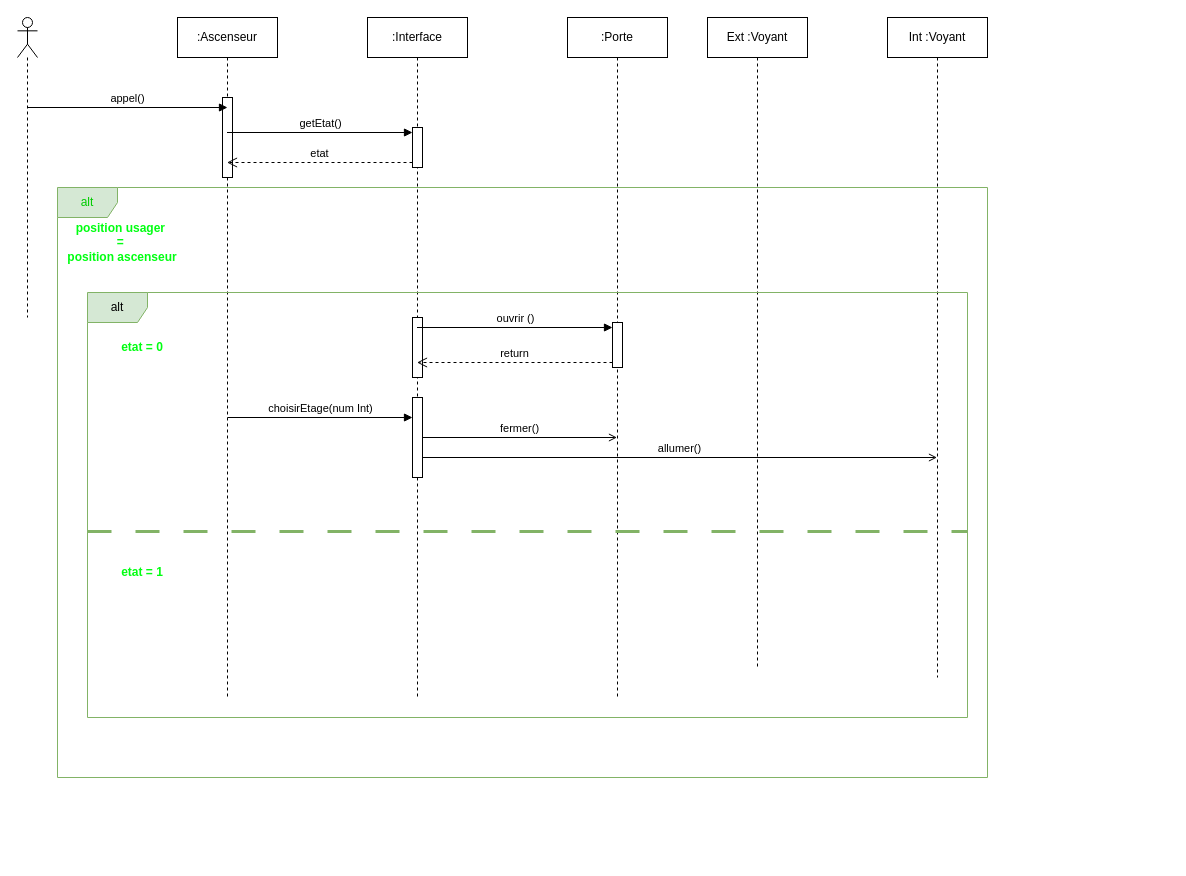
Above: TP4/TP_4_UML_Exercice_1.drawio in Mzk-Ali/EXO_M2I_UML (draw.io), before the change. Source tidied: cells renumbered, new cells numbered last; positions are measured from the earlier drawing's top-left corner, leaving out a move shared by most shapes. Both pictures are drawn from the tidied source at 100%, with x=0, y=0 at pixel (17, 17).
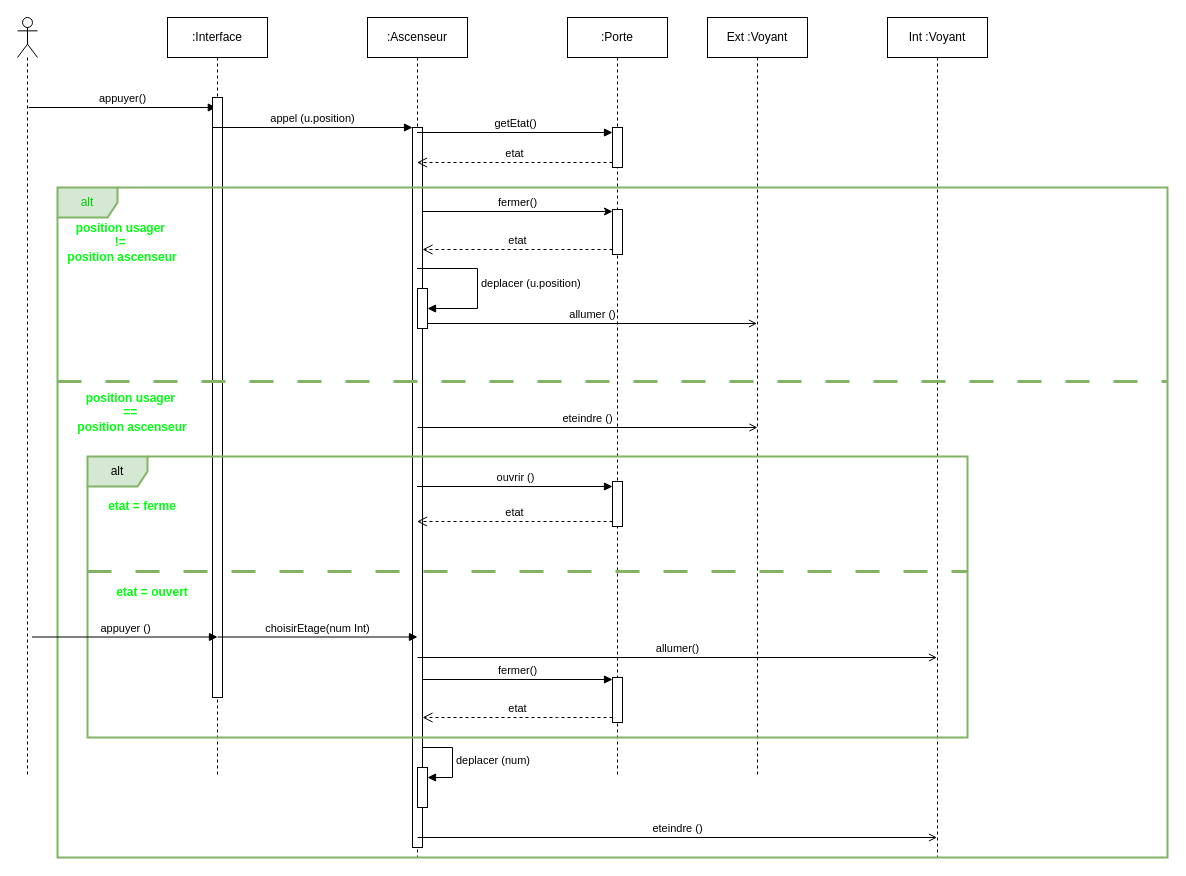
The same diagram, later.

Commit message:
Mettre à jour TP_4_UML_Exercice_1.drawio

Change to the diagram source:
```diff
@@
     <mxCell id="2" value=":Ascenseur" style="shape=umlLifeline;perimeter=lifelinePerimeter;whiteSpace=wrap;html=1;outlineConnect=0;portConstraint=eastwest;newEdgeStyle={&quot;curved&quot;:0,&quot;rounded&quot;:0};" parent="1" vertex="1">
-      <mxGeometry x="160" width="100" height="680" as="geometry" />
+      <mxGeometry x="350" width="100" height="840" as="geometry" />
     </mxCell>
-    <mxCell id="3" style="html=1;points=[[0,0,0,0,5],[0,1,0,0,-5],[1,0,0,0,5],[1,1,0,0,-5]];perimeter=orthogonalPerimeter;outlineConnect=0;targetShapes=umlLifeline;portConstraint=eastwest;newEdgeStyle={&quot;curved&quot;:0,&quot;rounded&quot;:0};" parent="2" vertex="1">
-      <mxGeometry x="45" y="80" width="10" height="80" as="geometry" />
-    </mxCell>
+    <mxCell id="27" style="html=1;points=[[0,0,0,0,5],[0,1,0,0,-5],[1,0,0,0,5],[1,1,0,0,-5]];perimeter=orthogonalPerimeter;outlineConnect=0;targetShapes=umlLifeline;portConstraint=eastwest;newEdgeStyle={&quot;curved&quot;:0,&quot;rounded&quot;:0};" parent="2" vertex="1">
+      <mxGeometry x="45" y="110" width="10" height="720" as="geometry" />
+    </mxCell>
     <mxCell id="4" value=":Porte" style="shape=umlLifeline;perimeter=lifelinePerimeter;whiteSpace=wrap;html=1;outlineConnect=0;portConstraint=eastwest;newEdgeStyle={&quot;curved&quot;:0,&quot;rounded&quot;:0};" parent="1" vertex="1">
-      <mxGeometry x="550" width="100" height="680" as="geometry" />
+      <mxGeometry x="550" width="100" height="760" as="geometry" />
     </mxCell>
+    <mxCell id="12" style="html=1;points=[[0,0,0,0,5],[0,1,0,0,-5],[1,0,0,0,5],[1,1,0,0,-5]];perimeter=orthogonalPerimeter;outlineConnect=0;targetShapes=umlLifeline;portConstraint=eastwest;newEdgeStyle={&quot;curved&quot;:0,&quot;rounded&quot;:0};" parent="4" vertex="1">
+      <mxGeometry x="45" y="110" width="10" height="40" as="geometry" />
+    </mxCell>
+    <mxCell id="28" value="fermer()" style="html=1;verticalAlign=bottom;endArrow=classic;curved=0;rounded=0;endFill=1;" parent="4" edge="1" target="29">
+      <mxGeometry relative="1" as="geometry">
+        <mxPoint x="-145" y="194" as="sourcePoint" />
+      </mxGeometry>
+    </mxCell>
+    <mxCell id="29" style="html=1;points=[[0,0,0,0,5],[0,1,0,0,-5],[1,0,0,0,5],[1,1,0,0,-5]];perimeter=orthogonalPerimeter;outlineConnect=0;targetShapes=umlLifeline;portConstraint=eastwest;newEdgeStyle={&quot;curved&quot;:0,&quot;rounded&quot;:0};" parent="4" vertex="1">
+      <mxGeometry x="45" y="192" width="10" height="45" as="geometry" />
+    </mxCell>
+    <mxCell id="30" value="etat" style="html=1;verticalAlign=bottom;endArrow=open;dashed=1;endSize=8;curved=0;rounded=0;" parent="4" edge="1" source="29">
+      <mxGeometry relative="1" as="geometry">
+        <mxPoint x="-145" y="232" as="targetPoint" />
+        <Array as="points">
+          <mxPoint x="-10" y="232" />
+        </Array>
+      </mxGeometry>
+    </mxCell>
     <mxCell id="5" value="Ext :Voyant" style="shape=umlLifeline;perimeter=lifelinePerimeter;whiteSpace=wrap;html=1;newEdgeStyle={&quot;curved&quot;:0,&quot;rounded&quot;:0};" parent="1" vertex="1">
-      <mxGeometry x="690" width="100" height="650" as="geometry" />
+      <mxGeometry x="690" width="100" height="760" as="geometry" />
     </mxCell>
     <mxCell id="6" value="Int :Voyant" style="shape=umlLifeline;perimeter=lifelinePerimeter;whiteSpace=wrap;html=1;outlineConnect=0;portConstraint=eastwest;newEdgeStyle={&quot;curved&quot;:0,&quot;rounded&quot;:0};" parent="1" vertex="1">
-      <mxGeometry x="870" width="100" height="660" as="geometry" />
+      <mxGeometry x="870" width="100" height="840" as="geometry" />
     </mxCell>
     <mxCell id="7" style="shape=umlLifeline;perimeter=lifelinePerimeter;whiteSpace=wrap;html=1;outlineConnect=0;portConstraint=eastwest;newEdgeStyle={&quot;curved&quot;:0,&quot;rounded&quot;:0};participant=umlActor;" parent="1" vertex="1">
-      <mxGeometry width="20" height="300" as="geometry" />
+      <mxGeometry width="20" height="760" as="geometry" />
     </mxCell>
-    <mxCell id="8" value="appel()" style="html=1;verticalAlign=bottom;endArrow=block;curved=0;rounded=0;entryX=0.5;entryY=0.125;entryDx=0;entryDy=0;entryPerimeter=0;" parent="1" edge="1" source="7" target="3">
-      <mxGeometry relative="1" as="geometry" />
+    <mxCell id="8" value="appuyer()" style="html=1;verticalAlign=bottom;endArrow=block;curved=0;rounded=0;entryX=0.47;entryY=0.206;entryDx=0;entryDy=0;entryPerimeter=0;" parent="1" edge="1">
+      <mxGeometry relative="1" as="geometry">
+        <mxPoint x="11.2" y="90" as="sourcePoint" />
+        <mxPoint x="198.8" y="90" as="targetPoint" />
+      </mxGeometry>
     </mxCell>
@@
     <mxCell id="11" value=":Interface" style="shape=umlLifeline;perimeter=lifelinePerimeter;whiteSpace=wrap;html=1;outlineConnect=0;portConstraint=eastwest;newEdgeStyle={&quot;curved&quot;:0,&quot;rounded&quot;:0};" parent="1" vertex="1">
-      <mxGeometry x="350" width="100" height="680" as="geometry" />
+      <mxGeometry x="150" width="100" height="760" as="geometry" />
     </mxCell>
-    <mxCell id="12" style="html=1;points=[[0,0,0,0,5],[0,1,0,0,-5],[1,0,0,0,5],[1,1,0,0,-5]];perimeter=orthogonalPerimeter;outlineConnect=0;targetShapes=umlLifeline;portConstraint=eastwest;newEdgeStyle={&quot;curved&quot;:0,&quot;rounded&quot;:0};" parent="11" vertex="1">
-      <mxGeometry x="45" y="110" width="10" height="40" as="geometry" />
-    </mxCell>
-    <mxCell id="13" style="html=1;perimeter=orthogonalPerimeter;targetShapes=umlLifeline;newEdgeStyle={&quot;curved&quot;:0,&quot;rounded&quot;:0};" parent="11" vertex="1">
-      <mxGeometry x="45" y="300" width="10" height="60" as="geometry" />
-    </mxCell>
+    <mxCell id="3" style="html=1;points=[[0,0,0,0,5],[0,1,0,0,-5],[1,0,0,0,5],[1,1,0,0,-5]];perimeter=orthogonalPerimeter;outlineConnect=0;targetShapes=umlLifeline;portConstraint=eastwest;newEdgeStyle={&quot;curved&quot;:0,&quot;rounded&quot;:0};" parent="11" vertex="1">
+      <mxGeometry x="45" y="80" width="10" height="600" as="geometry" />
+    </mxCell>
-    <mxCell id="14" value="&lt;font style=&quot;color: rgb(0, 204, 0);&quot;&gt;alt&lt;/font&gt;" style="shape=umlFrame;whiteSpace=wrap;html=1;fillColor=#d5e8d4;strokeColor=#82b366;" parent="1" vertex="1">
-      <mxGeometry x="40" y="170" width="930" height="590" as="geometry" />
+    <mxCell id="14" value="&lt;font style=&quot;color: rgb(0, 204, 0);&quot;&gt;alt&lt;/font&gt;" style="shape=umlFrame;whiteSpace=wrap;html=1;fillColor=#d5e8d4;strokeColor=#82b366;strokeWidth=2;" parent="1" vertex="1">
+      <mxGeometry x="40" y="170" width="1110" height="670" as="geometry" />
     </mxCell>
-    <mxCell id="15" value="&lt;font style=&quot;color: light-dark(rgb(0, 255, 17), rgb(237, 237, 237));&quot;&gt;&lt;b&gt;position usager&amp;nbsp;&lt;/b&gt;&lt;/font&gt;&lt;div&gt;&lt;font style=&quot;color: light-dark(rgb(0, 255, 17), rgb(237, 237, 237));&quot;&gt;&lt;b&gt;=&amp;nbsp;&lt;/b&gt;&lt;/font&gt;&lt;/div&gt;&lt;div&gt;&lt;font style=&quot;color: light-dark(rgb(0, 255, 17), rgb(237, 237, 237));&quot;&gt;&lt;b&gt;position ascenseur&lt;/b&gt;&lt;/font&gt;&lt;/div&gt;" style="text;html=1;align=center;verticalAlign=middle;whiteSpace=wrap;rounded=0;" parent="1" vertex="1">
+    <mxCell id="15" value="&lt;font style=&quot;color: light-dark(rgb(0, 255, 17), rgb(237, 237, 237));&quot;&gt;&lt;b&gt;position usager&amp;nbsp;&lt;/b&gt;&lt;/font&gt;&lt;div&gt;&lt;font style=&quot;color: light-dark(rgb(0, 255, 17), rgb(237, 237, 237));&quot;&gt;&lt;b&gt;!=&amp;nbsp;&lt;/b&gt;&lt;/font&gt;&lt;/div&gt;&lt;div&gt;&lt;font style=&quot;color: light-dark(rgb(0, 255, 17), rgb(237, 237, 237));&quot;&gt;&lt;b&gt;position ascenseur&lt;/b&gt;&lt;/font&gt;&lt;/div&gt;" style="text;html=1;align=center;verticalAlign=middle;whiteSpace=wrap;rounded=0;" parent="1" vertex="1">
       <mxGeometry x="40" y="210" width="130" height="30" as="geometry" />
     </mxCell>
-    <mxCell id="16" value="alt" style="shape=umlFrame;whiteSpace=wrap;html=1;fillColor=#d5e8d4;strokeColor=#82b366;" parent="1" vertex="1">
-      <mxGeometry x="70" y="275" width="880" height="425" as="geometry" />
+    <mxCell id="16" value="alt" style="shape=umlFrame;whiteSpace=wrap;html=1;fillColor=#d5e8d4;strokeColor=#82b366;strokeWidth=2;" parent="1" vertex="1">
+      <mxGeometry x="70" y="439" width="880" height="281" as="geometry" />
     </mxCell>
-    <mxCell id="17" value="&lt;font color=&quot;#00ff11&quot;&gt;&lt;b&gt;etat = 0&lt;/b&gt;&lt;/font&gt;" style="text;html=1;align=center;verticalAlign=middle;whiteSpace=wrap;rounded=0;" parent="1" vertex="1">
-      <mxGeometry x="60" y="315" width="130" height="30" as="geometry" />
+    <mxCell id="17" value="&lt;font color=&quot;#00ff11&quot;&gt;&lt;b&gt;etat = ferme&lt;/b&gt;&lt;/font&gt;" style="text;html=1;align=center;verticalAlign=middle;whiteSpace=wrap;rounded=0;" parent="1" vertex="1">
+      <mxGeometry x="60" y="474" width="130" height="30" as="geometry" />
     </mxCell>
     <mxCell id="18" style="html=1;points=[[0,0,0,0,5],[0,1,0,0,-5],[1,0,0,0,5],[1,1,0,0,-5]];perimeter=orthogonalPerimeter;outlineConnect=0;targetShapes=umlLifeline;portConstraint=eastwest;newEdgeStyle={&quot;curved&quot;:0,&quot;rounded&quot;:0};" parent="1" vertex="1">
-      <mxGeometry x="595" y="305" width="10" height="45" as="geometry" />
+      <mxGeometry x="595" y="464" width="10" height="45" as="geometry" />
     </mxCell>
-    <mxCell id="19" value="ouvrir ()" style="html=1;verticalAlign=bottom;endArrow=block;curved=0;rounded=0;entryX=0;entryY=0;entryDx=0;entryDy=5;" parent="1" edge="1" source="11" target="18">
+    <mxCell id="19" value="ouvrir ()" style="html=1;verticalAlign=bottom;endArrow=block;curved=0;rounded=0;entryX=0;entryY=0;entryDx=0;entryDy=5;" parent="1" edge="1" source="2" target="18">
       <mxGeometry relative="1" as="geometry" />
     </mxCell>
-    <mxCell id="20" value="return" style="html=1;verticalAlign=bottom;endArrow=open;dashed=1;endSize=8;curved=0;rounded=0;exitX=0;exitY=1;exitDx=0;exitDy=-5;" parent="1" edge="1" source="18" target="11">
+    <mxCell id="20" value="etat" style="html=1;verticalAlign=bottom;endArrow=open;dashed=1;endSize=8;curved=0;rounded=0;exitX=0;exitY=1;exitDx=0;exitDy=-5;" parent="1" edge="1" source="18" target="2">
       <mxGeometry relative="1" as="geometry" />
     </mxCell>
-    <mxCell id="21" value="choisirEtage(num Int)" style="html=1;verticalAlign=bottom;endArrow=block;curved=0;rounded=0;" parent="1" edge="1" target="22">
+    <mxCell id="21" value="choisirEtage(num Int)" style="html=1;verticalAlign=bottom;endArrow=block;curved=0;rounded=0;" parent="1" edge="1">
       <mxGeometry relative="1" as="geometry">
-        <mxPoint x="210" y="400" as="sourcePoint" />
+        <mxPoint x="200" y="619.5" as="sourcePoint" />
+        <mxPoint x="400" y="619.5" as="targetPoint" />
       </mxGeometry>
     </mxCell>
-    <mxCell id="22" style="html=1;points=[[0,0,0,0,5],[0,1,0,0,-5],[1,0,0,0,5],[1,1,0,0,-5]];perimeter=orthogonalPerimeter;outlineConnect=0;targetShapes=umlLifeline;portConstraint=eastwest;newEdgeStyle={&quot;curved&quot;:0,&quot;rounded&quot;:0};" parent="1" vertex="1">
-      <mxGeometry x="395" y="380" width="10" height="80" as="geometry" />
-    </mxCell>
-    <mxCell id="23" value="fermer()" style="html=1;verticalAlign=bottom;endArrow=open;curved=0;rounded=0;endFill=0;" parent="1" edge="1" source="22" target="4">
-      <mxGeometry relative="1" as="geometry" />
+    <mxCell id="23" value="fermer()" style="html=1;verticalAlign=bottom;endArrow=block;curved=0;rounded=0;endFill=1;" parent="1" edge="1" target="37">
+      <mxGeometry relative="1" as="geometry">
+        <mxPoint x="405" y="662" as="sourcePoint" />
+      </mxGeometry>
     </mxCell>
-    <mxCell id="24" value="allumer()" style="html=1;verticalAlign=bottom;endArrow=open;curved=0;rounded=0;endFill=0;" parent="1" edge="1">
+    <mxCell id="24" value="allumer()" style="html=1;verticalAlign=bottom;endArrow=open;curved=0;rounded=0;endFill=0;" parent="1" edge="1" target="6">
       <mxGeometry relative="1" as="geometry">
-        <mxPoint x="405" y="440" as="sourcePoint" />
-        <mxPoint x="919.5" y="440" as="targetPoint" />
+        <mxPoint x="400" y="640" as="sourcePoint" />
       </mxGeometry>
     </mxCell>
     <mxCell id="25" style="line;strokeWidth=3;fillColor=#d5e8d4;align=left;verticalAlign=middle;spacingTop=-1;spacingLeft=3;spacingRight=3;labelPosition=right;strokeColor=#82b366;dashed=1;dashPattern=8 8;" parent="1" vertex="1">
-      <mxGeometry x="70" y="510" width="880" height="8" as="geometry" />
+      <mxGeometry x="70" y="550" width="880" height="8" as="geometry" />
     </mxCell>
-    <mxCell id="26" value="&lt;font color=&quot;#00ff11&quot;&gt;&lt;b&gt;etat = 1&lt;/b&gt;&lt;/font&gt;" style="text;html=1;align=center;verticalAlign=middle;whiteSpace=wrap;rounded=0;" parent="1" vertex="1">
-      <mxGeometry x="60" y="540" width="130" height="30" as="geometry" />
+    <mxCell id="26" value="&lt;font color=&quot;#00ff11&quot;&gt;&lt;b&gt;etat = ouvert&lt;/b&gt;&lt;/font&gt;" style="text;html=1;align=center;verticalAlign=middle;whiteSpace=wrap;rounded=0;" parent="1" vertex="1">
+      <mxGeometry x="70" y="560" width="130" height="30" as="geometry" />
     </mxCell>
+    <mxCell id="31" style="line;strokeWidth=3;fillColor=#d5e8d4;align=left;verticalAlign=middle;spacingTop=-1;spacingLeft=3;spacingRight=3;labelPosition=right;strokeColor=#82b366;dashed=1;dashPattern=8 8;" parent="1" vertex="1">
+      <mxGeometry x="40" y="360" width="1110" height="8" as="geometry" />
+    </mxCell>
+    <mxCell id="32" value="&lt;font style=&quot;color: light-dark(rgb(0, 255, 17), rgb(237, 237, 237));&quot;&gt;&lt;b&gt;position usager&amp;nbsp;&lt;/b&gt;&lt;/font&gt;&lt;div&gt;&lt;font style=&quot;color: light-dark(rgb(0, 255, 17), rgb(237, 237, 237));&quot;&gt;&lt;b&gt;==&amp;nbsp;&lt;/b&gt;&lt;/font&gt;&lt;/div&gt;&lt;div&gt;&lt;font style=&quot;color: light-dark(rgb(0, 255, 17), rgb(237, 237, 237));&quot;&gt;&lt;b&gt;position ascenseur&lt;/b&gt;&lt;/font&gt;&lt;/div&gt;" style="text;html=1;align=center;verticalAlign=middle;whiteSpace=wrap;rounded=0;" parent="1" vertex="1">
+      <mxGeometry x="50" y="380" width="130" height="30" as="geometry" />
+    </mxCell>
+    <mxCell id="33" value="allumer ()" style="html=1;verticalAlign=bottom;endArrow=open;curved=0;rounded=0;exitX=1;exitY=1;exitDx=0;exitDy=-5;exitPerimeter=0;endFill=0;" parent="1" edge="1" source="35">
+      <mxGeometry relative="1" as="geometry">
+        <mxPoint x="739.5" y="306" as="targetPoint" />
+      </mxGeometry>
+    </mxCell>
+    <mxCell id="34" value="appel (u.position)" style="html=1;verticalAlign=bottom;endArrow=block;curved=0;rounded=0;" parent="1" edge="1">
+      <mxGeometry relative="1" as="geometry">
+        <mxPoint x="195" y="110" as="sourcePoint" />
+        <mxPoint x="395" y="110" as="targetPoint" />
+      </mxGeometry>
+    </mxCell>
+    <mxCell id="35" style="html=1;points=[[0,0,0,0,5],[0,1,0,0,-5],[1,0,0,0,5],[1,1,0,0,-5]];perimeter=orthogonalPerimeter;outlineConnect=0;targetShapes=umlLifeline;portConstraint=eastwest;newEdgeStyle={&quot;curved&quot;:0,&quot;rounded&quot;:0};" parent="1" vertex="1">
+      <mxGeometry x="400" y="271" width="10" height="40" as="geometry" />
+    </mxCell>
+    <mxCell id="36" value="deplacer (u.position)" style="html=1;align=left;spacingLeft=2;endArrow=block;rounded=0;edgeStyle=orthogonalEdgeStyle;curved=0;rounded=0;" parent="1" edge="1" target="35">
+      <mxGeometry relative="1" as="geometry">
+        <mxPoint x="399.5" y="251" as="sourcePoint" />
+        <Array as="points">
+          <mxPoint x="460" y="251" />
+          <mxPoint x="460" y="291" />
+        </Array>
+      </mxGeometry>
+    </mxCell>
+    <mxCell id="37" style="html=1;points=[[0,0,0,0,5],[0,1,0,0,-5],[1,0,0,0,5],[1,1,0,0,-5]];perimeter=orthogonalPerimeter;outlineConnect=0;targetShapes=umlLifeline;portConstraint=eastwest;newEdgeStyle={&quot;curved&quot;:0,&quot;rounded&quot;:0};" parent="1" vertex="1">
+      <mxGeometry x="595" y="660" width="10" height="45" as="geometry" />
+    </mxCell>
+    <mxCell id="38" value="etat" style="html=1;verticalAlign=bottom;endArrow=open;dashed=1;endSize=8;curved=0;rounded=0;" parent="1" edge="1" source="37" target="27">
+      <mxGeometry relative="1" as="geometry">
+        <Array as="points">
+          <mxPoint x="540" y="700" />
+        </Array>
+      </mxGeometry>
+    </mxCell>
+    <mxCell id="39" style="html=1;points=[[0,0,0,0,5],[0,1,0,0,-5],[1,0,0,0,5],[1,1,0,0,-5]];perimeter=orthogonalPerimeter;outlineConnect=0;targetShapes=umlLifeline;portConstraint=eastwest;newEdgeStyle={&quot;curved&quot;:0,&quot;rounded&quot;:0};" parent="1" vertex="1">
+      <mxGeometry x="400" y="750" width="10" height="40" as="geometry" />
+    </mxCell>
+    <mxCell id="40" value="deplacer (num)" style="html=1;align=left;spacingLeft=2;endArrow=block;rounded=0;edgeStyle=orthogonalEdgeStyle;curved=0;rounded=0;" parent="1" edge="1" target="39">
+      <mxGeometry relative="1" as="geometry">
+        <mxPoint x="405" y="730" as="sourcePoint" />
+        <Array as="points">
+          <mxPoint x="435" y="760" />
+        </Array>
+      </mxGeometry>
+    </mxCell>
+    <mxCell id="41" value="eteindre ()" style="html=1;verticalAlign=bottom;endArrow=open;curved=0;rounded=0;endFill=0;" parent="1" edge="1" target="6">
+      <mxGeometry relative="1" as="geometry">
+        <mxPoint x="400" y="820" as="sourcePoint" />
+      </mxGeometry>
+    </mxCell>
+    <mxCell id="42" value="appuyer ()" style="html=1;verticalAlign=bottom;endArrow=block;curved=0;rounded=0;" parent="1" edge="1">
+      <mxGeometry relative="1" as="geometry">
+        <mxPoint x="14.5" y="619.5" as="sourcePoint" />
+        <mxPoint x="200" y="619.5" as="targetPoint" />
+      </mxGeometry>
+    </mxCell>
+    <mxCell id="43" value="eteindre ()" style="html=1;verticalAlign=bottom;endArrow=open;curved=0;rounded=0;endFill=0;" parent="1" edge="1">
+      <mxGeometry relative="1" as="geometry">
+        <mxPoint x="400" y="410" as="sourcePoint" />
+        <mxPoint x="740" y="410" as="targetPoint" />
+      </mxGeometry>
+    </mxCell>
```
